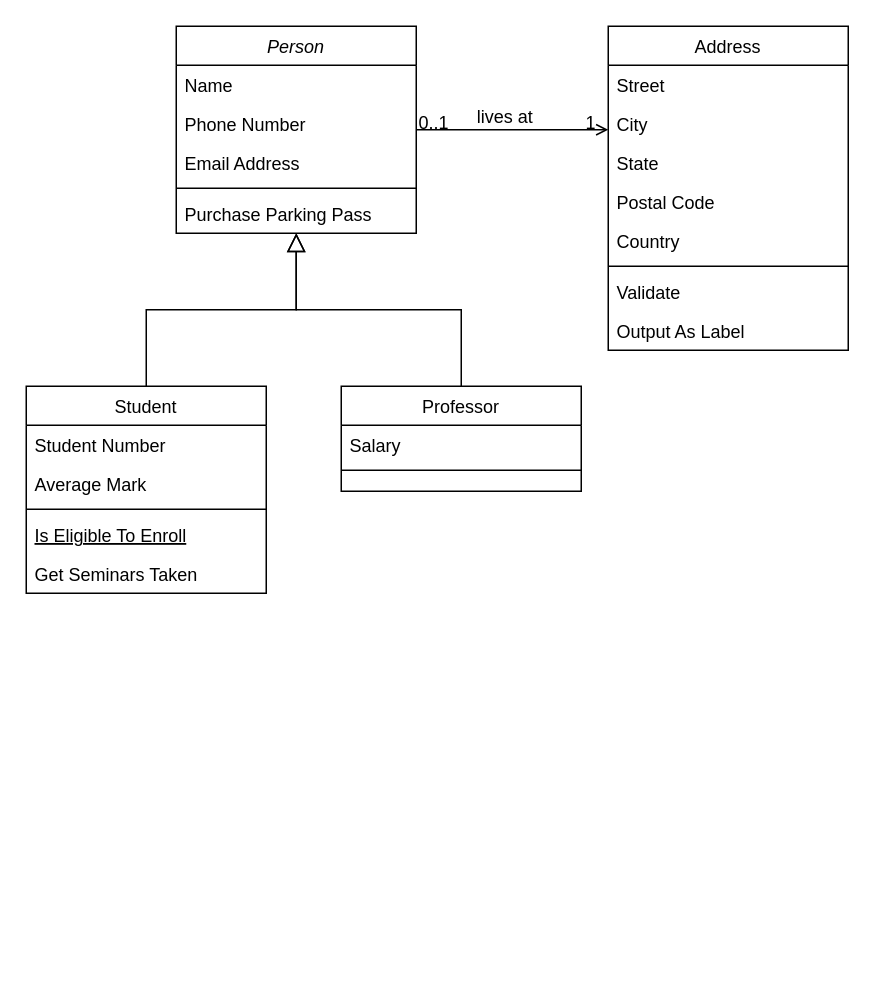
Earlier version of the draw.io diagram Diagrama sem nome.drawio (FelipeSoares01/JAVA-PROJETOS). Source tidied: cells renumbered, new cells numbered last; positions are measured from the earlier drawing's top-left corner, leaving out a move shared by most shapes. Both pictures are drawn from the tidied source at 150%, with x=0, y=0 at pixel (26, 26).
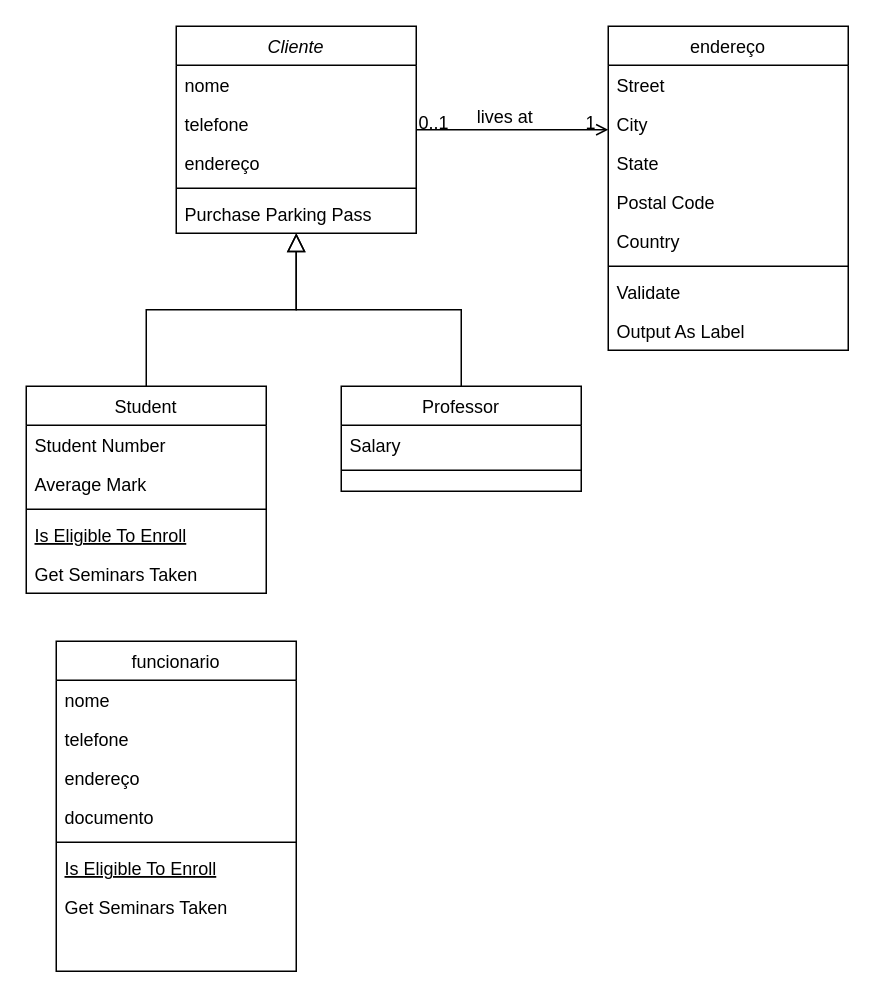
The same diagram, later.

Change to the diagram source:
```diff
@@
-    <mxCell id="2" value="Person" style="swimlane;fontStyle=2;align=center;verticalAlign=top;horizontal=1;startSize=26;rounded=0;shadow=0;strokeWidth=1;" parent="1" vertex="1">
+    <mxCell id="2" value="Cliente" style="swimlane;fontStyle=2;align=center;verticalAlign=top;horizontal=1;startSize=26;rounded=0;shadow=0;strokeWidth=1;" parent="1" vertex="1">
       <mxGeometry x="100" width="160" height="138" as="geometry" />
     </mxCell>
-    <mxCell id="3" value="Name" style="text;align=left;verticalAlign=top;spacingLeft=4;spacingRight=4;overflow=hidden;" parent="2" vertex="1">
+    <mxCell id="3" value="nome" style="text;align=left;verticalAlign=top;spacingLeft=4;spacingRight=4;overflow=hidden;" parent="2" vertex="1">
       <mxGeometry y="26" width="160" height="26" as="geometry" />
     </mxCell>
-    <mxCell id="4" value="Phone Number" style="text;align=left;verticalAlign=top;spacingLeft=4;spacingRight=4;overflow=hidden;rounded=0;shadow=0;html=0;" parent="2" vertex="1">
+    <mxCell id="4" value="telefone" style="text;align=left;verticalAlign=top;spacingLeft=4;spacingRight=4;overflow=hidden;rounded=0;shadow=0;html=0;" parent="2" vertex="1">
       <mxGeometry y="52" width="160" height="26" as="geometry" />
     </mxCell>
-    <mxCell id="5" value="Email Address" style="text;align=left;verticalAlign=top;spacingLeft=4;spacingRight=4;overflow=hidden;rounded=0;shadow=0;html=0;" parent="2" vertex="1">
+    <mxCell id="5" value="endereço" style="text;align=left;verticalAlign=top;spacingLeft=4;spacingRight=4;overflow=hidden;rounded=0;shadow=0;html=0;" parent="2" vertex="1">
       <mxGeometry y="78" width="160" height="26" as="geometry" />
     </mxCell>
@@
-    <mxCell id="19" value="Address" style="swimlane;fontStyle=0;align=center;verticalAlign=top;horizontal=1;startSize=26;rounded=0;shadow=0;strokeWidth=1;" parent="1" vertex="1">
+    <mxCell id="19" value="endereço" style="swimlane;fontStyle=0;align=center;verticalAlign=top;horizontal=1;startSize=26;rounded=0;shadow=0;strokeWidth=1;" parent="1" vertex="1">
       <mxGeometry x="388" width="160" height="216" as="geometry" />
     </mxCell>
@@
+    <mxCell id="32" value="funcionario" style="swimlane;fontStyle=0;align=center;verticalAlign=top;horizontal=1;startSize=26;rounded=0;shadow=0;strokeWidth=1;" parent="1" vertex="1">
+      <mxGeometry x="20" y="410" width="160" height="220" as="geometry" />
+    </mxCell>
+    <mxCell id="33" value="nome" style="text;align=left;verticalAlign=top;spacingLeft=4;spacingRight=4;overflow=hidden;" parent="32" vertex="1">
+      <mxGeometry y="26" width="160" height="26" as="geometry" />
+    </mxCell>
+    <mxCell id="34" value="telefone&#10;" style="text;align=left;verticalAlign=top;spacingLeft=4;spacingRight=4;overflow=hidden;rounded=0;shadow=0;html=0;" parent="32" vertex="1">
+      <mxGeometry y="52" width="160" height="26" as="geometry" />
+    </mxCell>
+    <mxCell id="35" value="endereço" style="text;align=left;verticalAlign=top;spacingLeft=4;spacingRight=4;overflow=hidden;rounded=0;shadow=0;html=0;" parent="32" vertex="1">
+      <mxGeometry y="78" width="160" height="26" as="geometry" />
+    </mxCell>
+    <mxCell id="36" value="documento" style="text;align=left;verticalAlign=top;spacingLeft=4;spacingRight=4;overflow=hidden;rounded=0;shadow=0;html=0;" parent="32" vertex="1">
+      <mxGeometry y="104" width="160" height="26" as="geometry" />
+    </mxCell>
+    <mxCell id="37" style="line;html=1;strokeWidth=1;align=left;verticalAlign=middle;spacingTop=-1;spacingLeft=3;spacingRight=3;labelPosition=right;" parent="32" vertex="1">
+      <mxGeometry y="130" width="160" height="8" as="geometry" />
+    </mxCell>
+    <mxCell id="38" value="Is Eligible To Enroll" style="text;align=left;verticalAlign=top;spacingLeft=4;spacingRight=4;overflow=hidden;fontStyle=4;" parent="32" vertex="1">
+      <mxGeometry y="138" width="160" height="26" as="geometry" />
+    </mxCell>
+    <mxCell id="39" value="Get Seminars Taken" style="text;align=left;verticalAlign=top;spacingLeft=4;spacingRight=4;overflow=hidden;" parent="32" vertex="1">
+      <mxGeometry y="164" width="160" height="42" as="geometry" />
+    </mxCell>
```
